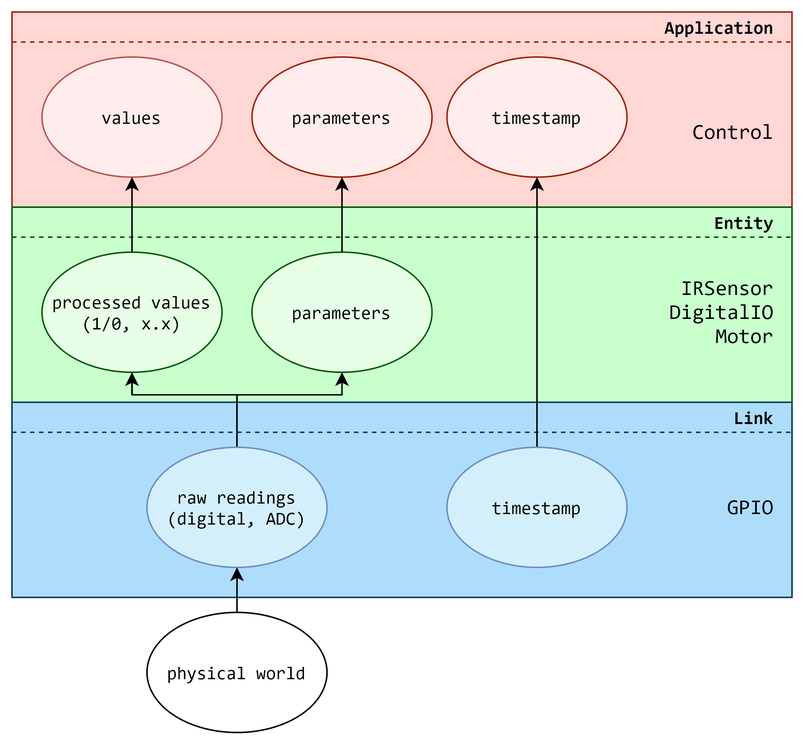
Earlier version of the draw.io export Proj/Iterations/1/Design/Navigation-Subsystem/Architectural-Overview/software-stack/gpio-stack/gpio-stack.png (LPI2-DreamTeam/rfcar). Source tidied: cells renumbered, new cells last; positions are measured from the earlier drawing's top-left corner, leaving out a move shared by most shapes.
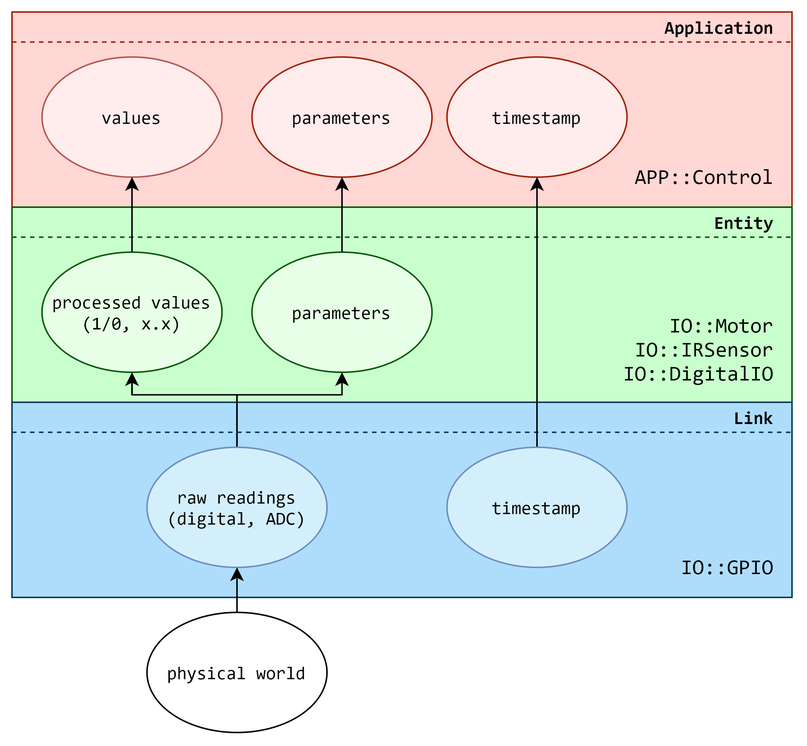
Later version of the same file.

Commit message:
ADD: Added COM package diagram and updated stack diagrams

What changed in the source:
```diff
@@ -20,8 +20,8 @@
     <mxCell id="6" value="values" style="ellipse;whiteSpace=wrap;html=1;fontFamily=Consolas;strokeColor=#b85450;fillColor=#FFEDED;" parent="1" vertex="1">
       <mxGeometry x="20" y="30" width="120" height="80" as="geometry" />
     </mxCell>
-    <mxCell id="7" value="Control" style="text;html=1;strokeColor=none;fillColor=none;align=right;verticalAlign=middle;whiteSpace=wrap;rounded=0;fontFamily=Consolas;fontSize=14;" parent="1" vertex="1">
-      <mxGeometry x="430" y="70" width="80" height="20" as="geometry" />
+    <mxCell id="7" value="APP::Control" style="text;html=1;strokeColor=none;fillColor=none;align=right;verticalAlign=middle;whiteSpace=wrap;rounded=0;fontFamily=Consolas;fontSize=14;" parent="1" vertex="1">
+      <mxGeometry x="430" y="100" width="80" height="20" as="geometry" />
     </mxCell>
     <mxCell id="8" style="endArrow=none;dashed=1;html=1;fontFamily=Consolas;fillColor=#f8cecc;strokeColor=#A12102;" parent="1" edge="1">
       <mxGeometry relative="1" as="geometry">
@@ -56,8 +56,8 @@
     <mxCell id="15" value="processed values&lt;br&gt;(1/0, x.x)" style="ellipse;whiteSpace=wrap;html=1;fontFamily=Consolas;strokeColor=#005B00;fillColor=#E7FFE6;" parent="1" vertex="1">
       <mxGeometry x="20" y="160" width="120" height="80" as="geometry" />
     </mxCell>
-    <mxCell id="16" value="IRSensor&lt;br&gt;DigitalIO&lt;br&gt;Motor" style="text;html=1;strokeColor=none;fillColor=none;align=right;verticalAlign=middle;whiteSpace=wrap;rounded=0;fontFamily=Consolas;fontSize=14;" parent="1" vertex="1">
-      <mxGeometry x="430" y="175" width="80" height="50" as="geometry" />
+    <mxCell id="16" value="IO::Motor&lt;br&gt;IO::IRSensor&lt;br&gt;IO::DigitalIO" style="text;html=1;strokeColor=none;fillColor=none;align=right;verticalAlign=middle;whiteSpace=wrap;rounded=0;fontFamily=Consolas;fontSize=14;" parent="1" vertex="1">
+      <mxGeometry x="430" y="200" width="80" height="50" as="geometry" />
     </mxCell>
     <mxCell id="17" style="edgeStyle=orthogonalEdgeStyle;rounded=0;jettySize=auto;html=1;exitX=0.5;exitY=0;exitDx=0;exitDy=0;entryX=0.5;entryY=1;entryDx=0;entryDy=0;strokeColor=#000000;fontFamily=Consolas;fontSize=14;" parent="1" edge="1" source="18" target="9">
       <mxGeometry relative="1" as="geometry" />
@@ -102,8 +102,8 @@
     <mxCell id="25" value="Link" style="text;html=1;strokeColor=none;fillColor=none;align=right;verticalAlign=middle;whiteSpace=wrap;rounded=0;fontFamily=Consolas;fontStyle=1;" parent="1" vertex="1">
       <mxGeometry x="470" y="260" width="40" height="20" as="geometry" />
     </mxCell>
-    <mxCell id="26" value="GPIO" style="text;html=1;strokeColor=none;fillColor=none;align=right;verticalAlign=middle;whiteSpace=wrap;rounded=0;fontFamily=Consolas;fontSize=14;" parent="1" vertex="1">
-      <mxGeometry x="470" y="320" width="40" height="20" as="geometry" />
+    <mxCell id="26" value="IO::GPIO" style="text;html=1;strokeColor=none;fillColor=none;align=right;verticalAlign=middle;whiteSpace=wrap;rounded=0;fontFamily=Consolas;fontSize=14;" parent="1" vertex="1">
+      <mxGeometry x="470" y="360" width="40" height="20" as="geometry" />
     </mxCell>
     <mxCell id="27" style="edgeStyle=orthogonalEdgeStyle;rounded=0;jettySize=auto;html=1;exitX=0.5;exitY=0;exitDx=0;exitDy=0;entryX=0.5;entryY=1;entryDx=0;entryDy=0;strokeColor=#000000;fontFamily=Consolas;fontSize=14;" parent="1" edge="1" source="28" target="5">
       <mxGeometry relative="1" as="geometry" />
```
